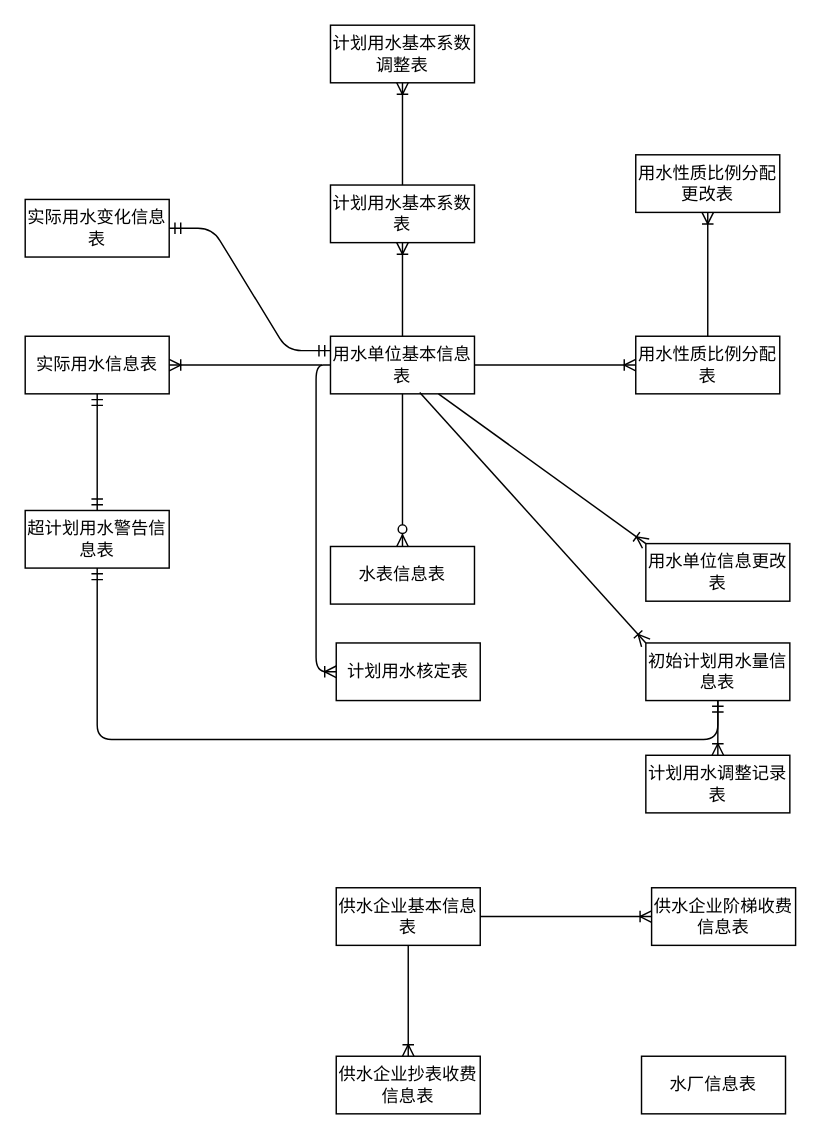
The draw.io diagram file/jser.drawio in DORcode/admin-demo, before the edit. Source tidied: cells renumbered, new cells numbered last; positions are measured from the earlier drawing's top-left corner, leaving out a move shared by most shapes. Both pictures are drawn from the tidied source at 144%, with x=0, y=0 at pixel (24, 24).
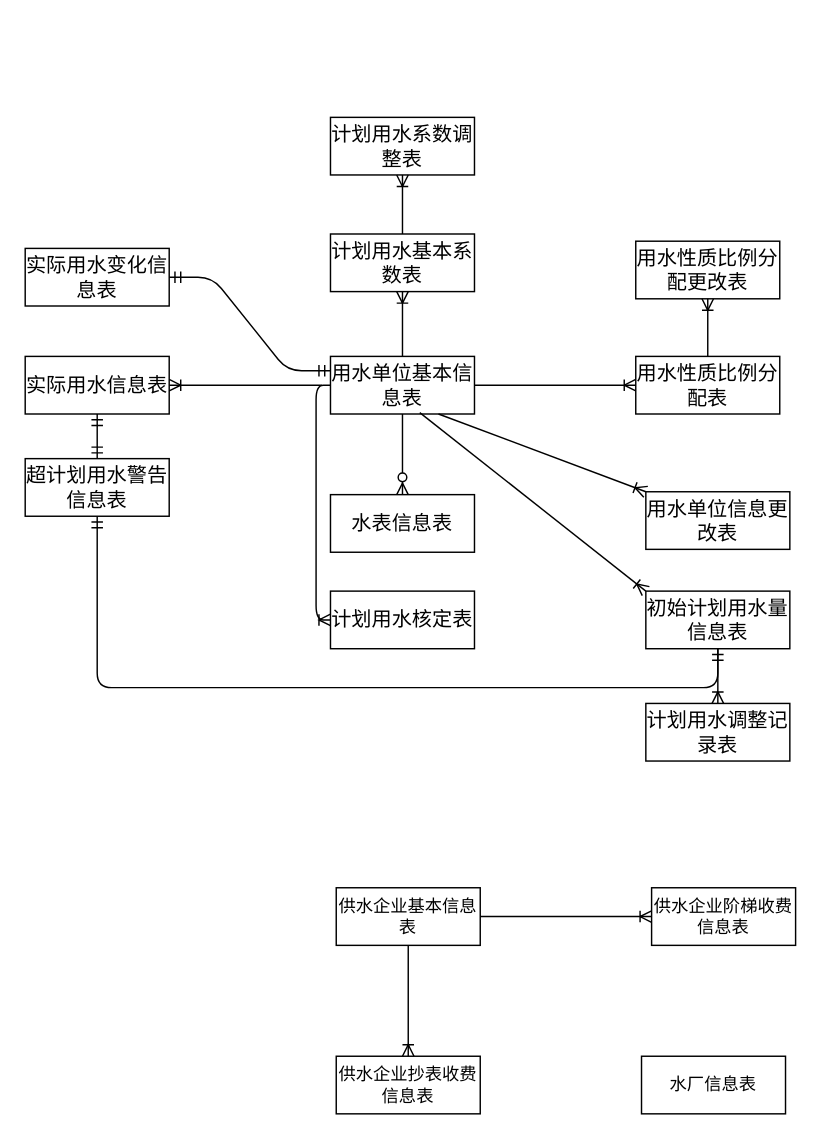
After the change.

The edit, as a diff of the source:
```diff
@@
-    <mxCell id="2" value="用水单位基本信息表" style="whiteSpace=wrap;html=1;align=center;fontFamily=仿宋;" parent="1" vertex="1">
-      <mxGeometry x="212" y="216" width="100" height="40" as="geometry" />
+    <mxCell id="2" value="用水单位基本信息表" style="whiteSpace=wrap;html=1;align=center;fontFamily=仿宋;fontSize=14;" parent="1" vertex="1">
+      <mxGeometry x="212" y="230" width="100" height="40" as="geometry" />
     </mxCell>
-    <mxCell id="3" value="用水性质比例分配表" style="whiteSpace=wrap;html=1;align=center;fontFamily=仿宋;" parent="1" vertex="1">
-      <mxGeometry x="424" y="216" width="100" height="40" as="geometry" />
+    <mxCell id="3" value="用水性质比例分配表" style="whiteSpace=wrap;html=1;align=center;fontFamily=仿宋;fontSize=14;" parent="1" vertex="1">
+      <mxGeometry x="424" y="230" width="100" height="40" as="geometry" />
     </mxCell>
-    <mxCell id="4" style="edgeStyle=entityRelationEdgeStyle;fontSize=12;html=1;endArrow=ERoneToMany;exitX=1;exitY=0.5;exitDx=0;exitDy=0;entryX=0;entryY=0.5;entryDx=0;entryDy=0;fontFamily=仿宋;" parent="1" edge="1" source="2" target="3">
+    <mxCell id="4" style="edgeStyle=entityRelationEdgeStyle;fontSize=14;html=1;endArrow=ERoneToMany;exitX=1;exitY=0.5;exitDx=0;exitDy=0;entryX=0;entryY=0.5;entryDx=0;entryDy=0;fontFamily=仿宋;" parent="1" edge="1" source="2" target="3">
       <mxGeometry relative="1" as="geometry" />
     </mxCell>
-    <mxCell id="5" value="水表信息表" style="whiteSpace=wrap;html=1;align=center;fontFamily=仿宋;" parent="1" vertex="1">
-      <mxGeometry x="212" y="362" width="100" height="40" as="geometry" />
+    <mxCell id="5" value="水表信息表" style="whiteSpace=wrap;html=1;align=center;fontFamily=仿宋;fontSize=14;" parent="1" vertex="1">
+      <mxGeometry x="212" y="326" width="100" height="40" as="geometry" />
     </mxCell>
-    <mxCell id="6" style="fontSize=12;html=1;endArrow=ERzeroToMany;endFill=1;exitX=0.5;exitY=1;exitDx=0;exitDy=0;entryX=0.5;entryY=0;entryDx=0;entryDy=0;fontFamily=仿宋;" parent="1" edge="1" source="2" target="5">
+    <mxCell id="6" style="fontSize=14;html=1;endArrow=ERzeroToMany;endFill=1;exitX=0.5;exitY=1;exitDx=0;exitDy=0;entryX=0.5;entryY=0;entryDx=0;entryDy=0;fontFamily=仿宋;" parent="1" edge="1" source="2" target="5">
       <mxGeometry relative="1" as="geometry" />
     </mxCell>
-    <mxCell id="7" value="用水单位信息更改表" style="whiteSpace=wrap;html=1;align=center;fontFamily=仿宋;" parent="1" vertex="1">
-      <mxGeometry x="431" y="360" width="100" height="40" as="geometry" />
+    <mxCell id="7" value="用水单位信息更改表" style="whiteSpace=wrap;html=1;align=center;fontFamily=仿宋;fontSize=14;" parent="1" vertex="1">
+      <mxGeometry x="431" y="324" width="100" height="40" as="geometry" />
     </mxCell>
-    <mxCell id="8" style="fontSize=12;html=1;endArrow=ERoneToMany;exitX=0.75;exitY=1;exitDx=0;exitDy=0;entryX=0;entryY=0;entryDx=0;entryDy=0;fontFamily=仿宋;" parent="1" edge="1" source="2" target="7">
+    <mxCell id="8" style="fontSize=14;html=1;endArrow=ERoneToMany;exitX=0.75;exitY=1;exitDx=0;exitDy=0;entryX=0;entryY=0;entryDx=0;entryDy=0;fontFamily=仿宋;" parent="1" edge="1" source="2" target="7">
       <mxGeometry relative="1" as="geometry" />
     </mxCell>
-    <mxCell id="9" value="用水性质比例分配更改表" style="whiteSpace=wrap;html=1;align=center;fontFamily=仿宋;" parent="1" vertex="1">
-      <mxGeometry x="424" y="90" width="100" height="40" as="geometry" />
+    <mxCell id="9" value="用水性质比例分配更改表" style="whiteSpace=wrap;html=1;align=center;fontFamily=仿宋;fontSize=14;" parent="1" vertex="1">
+      <mxGeometry x="424" y="150" width="100" height="40" as="geometry" />
     </mxCell>
-    <mxCell id="10" style="fontSize=12;html=1;endArrow=ERoneToMany;exitX=0.5;exitY=0;exitDx=0;exitDy=0;entryX=0.5;entryY=1;entryDx=0;entryDy=0;fontFamily=仿宋;" parent="1" edge="1" source="3" target="9">
+    <mxCell id="10" style="fontSize=14;html=1;endArrow=ERoneToMany;exitX=0.5;exitY=0;exitDx=0;exitDy=0;entryX=0.5;entryY=1;entryDx=0;entryDy=0;fontFamily=仿宋;" parent="1" edge="1" source="3" target="9">
       <mxGeometry relative="1" as="geometry" />
     </mxCell>
@@
-    <mxCell id="15" value="计划用水核定表" style="whiteSpace=wrap;html=1;align=center;fontFamily=仿宋;" parent="1" vertex="1">
-      <mxGeometry x="216" y="429" width="100" height="40" as="geometry" />
+    <mxCell id="15" value="计划用水核定表" style="whiteSpace=wrap;html=1;align=center;fontFamily=仿宋;fontSize=14;" parent="1" vertex="1">
+      <mxGeometry x="212" y="393" width="100" height="40" as="geometry" />
     </mxCell>
-    <mxCell id="16" value="初始计划用水量信息表" style="whiteSpace=wrap;html=1;align=center;fontFamily=仿宋;" parent="1" vertex="1">
-      <mxGeometry x="431" y="429" width="100" height="40" as="geometry" />
+    <mxCell id="16" value="初始计划用水量信息表" style="whiteSpace=wrap;html=1;align=center;fontFamily=仿宋;fontSize=14;" parent="1" vertex="1">
+      <mxGeometry x="431" y="393" width="100" height="40" as="geometry" />
     </mxCell>
-    <mxCell id="17" value="计划用水调整记录表" style="whiteSpace=wrap;html=1;align=center;fontFamily=仿宋;" parent="1" vertex="1">
-      <mxGeometry x="431" y="507" width="100" height="40" as="geometry" />
+    <mxCell id="17" value="计划用水调整记录表" style="whiteSpace=wrap;html=1;align=center;fontFamily=仿宋;fontSize=14;" parent="1" vertex="1">
+      <mxGeometry x="431" y="471" width="100" height="40" as="geometry" />
     </mxCell>
-    <mxCell id="18" value="计划用水基本系数表" style="whiteSpace=wrap;html=1;align=center;fontFamily=仿宋;" parent="1" vertex="1">
-      <mxGeometry x="212" y="111" width="100" height="40" as="geometry" />
+    <mxCell id="18" value="计划用水基本系数表" style="whiteSpace=wrap;html=1;align=center;fontFamily=仿宋;fontSize=14;" parent="1" vertex="1">
+      <mxGeometry x="212" y="145" width="100" height="40" as="geometry" />
     </mxCell>
-    <mxCell id="19" value="计划用水基本系数调整表" style="whiteSpace=wrap;html=1;align=center;fontFamily=仿宋;" parent="1" vertex="1">
-      <mxGeometry x="212" width="100" height="40" as="geometry" />
+    <mxCell id="19" value="计划用水系数调整表" style="whiteSpace=wrap;html=1;align=center;fontFamily=仿宋;fontSize=14;" parent="1" vertex="1">
+      <mxGeometry x="212" y="64" width="100" height="40" as="geometry" />
     </mxCell>
-    <mxCell id="20" value="实际用水信息表" style="whiteSpace=wrap;html=1;align=center;fontFamily=仿宋;" parent="1" vertex="1">
-      <mxGeometry y="216" width="100" height="40" as="geometry" />
+    <mxCell id="20" value="实际用水信息表" style="whiteSpace=wrap;html=1;align=center;fontFamily=仿宋;fontSize=14;" parent="1" vertex="1">
+      <mxGeometry y="230" width="100" height="40" as="geometry" />
     </mxCell>
-    <mxCell id="21" value="实际用水变化信息表" style="whiteSpace=wrap;html=1;align=center;fontFamily=仿宋;" parent="1" vertex="1">
-      <mxGeometry y="121" width="100" height="40" as="geometry" />
+    <mxCell id="21" value="实际用水变化信息表" style="whiteSpace=wrap;html=1;align=center;fontFamily=仿宋;fontSize=14;" parent="1" vertex="1">
+      <mxGeometry y="155" width="100" height="40" as="geometry" />
     </mxCell>
-    <mxCell id="22" value="超计划用水警告信息表" style="whiteSpace=wrap;html=1;align=center;fontFamily=仿宋;" parent="1" vertex="1">
-      <mxGeometry y="337" width="100" height="40" as="geometry" />
+    <mxCell id="22" value="超计划用水警告信息表" style="whiteSpace=wrap;html=1;align=center;fontFamily=仿宋;fontSize=14;" parent="1" vertex="1">
+      <mxGeometry y="301" width="100" height="40" as="geometry" />
     </mxCell>
@@
-    <mxCell id="25" style="fontSize=12;html=1;endArrow=ERoneToMany;exitX=0;exitY=0.5;exitDx=0;exitDy=0;entryX=0;entryY=0.5;entryDx=0;entryDy=0;edgeStyle=orthogonalEdgeStyle;fontFamily=仿宋;" parent="1" edge="1" source="2" target="15">
+    <mxCell id="25" style="fontSize=14;html=1;endArrow=ERoneToMany;exitX=0;exitY=0.5;exitDx=0;exitDy=0;entryX=0;entryY=0.5;entryDx=0;entryDy=0;edgeStyle=orthogonalEdgeStyle;fontFamily=仿宋;" parent="1" edge="1" source="2" target="15">
       <mxGeometry relative="1" as="geometry" />
     </mxCell>
-    <mxCell id="26" style="fontSize=12;html=1;endArrow=ERoneToMany;exitX=0.62;exitY=0.975;exitDx=0;exitDy=0;exitPerimeter=0;elbow=vertical;entryX=0;entryY=0;entryDx=0;entryDy=0;fontFamily=仿宋;" parent="1" edge="1" source="2" target="16">
+    <mxCell id="26" style="fontSize=14;html=1;endArrow=ERoneToMany;exitX=0.62;exitY=0.975;exitDx=0;exitDy=0;exitPerimeter=0;elbow=vertical;entryX=0;entryY=0;entryDx=0;entryDy=0;fontFamily=仿宋;" parent="1" edge="1" source="2" target="16">
       <mxGeometry relative="1" as="geometry" />
     </mxCell>
-    <mxCell id="27" style="fontSize=12;html=1;endArrow=ERoneToMany;exitX=0.5;exitY=1;exitDx=0;exitDy=0;entryX=0.5;entryY=0;entryDx=0;entryDy=0;fontFamily=仿宋;" parent="1" edge="1" source="16" target="17">
+    <mxCell id="27" style="fontSize=14;html=1;endArrow=ERoneToMany;exitX=0.5;exitY=1;exitDx=0;exitDy=0;entryX=0.5;entryY=0;entryDx=0;entryDy=0;fontFamily=仿宋;" parent="1" edge="1" source="16" target="17">
       <mxGeometry relative="1" as="geometry" />
     </mxCell>
-    <mxCell id="28" style="fontSize=12;html=1;endArrow=ERoneToMany;exitX=0.5;exitY=0;exitDx=0;exitDy=0;entryX=0.5;entryY=1;entryDx=0;entryDy=0;fontFamily=仿宋;" parent="1" edge="1" source="2" target="18">
+    <mxCell id="28" style="fontSize=14;html=1;endArrow=ERoneToMany;exitX=0.5;exitY=0;exitDx=0;exitDy=0;entryX=0.5;entryY=1;entryDx=0;entryDy=0;fontFamily=仿宋;" parent="1" edge="1" source="2" target="18">
       <mxGeometry relative="1" as="geometry" />
     </mxCell>
-    <mxCell id="29" style="fontSize=12;html=1;endArrow=ERoneToMany;exitX=0.5;exitY=0;exitDx=0;exitDy=0;entryX=0.5;entryY=1;entryDx=0;entryDy=0;fontFamily=仿宋;" parent="1" edge="1" source="18" target="19">
+    <mxCell id="29" style="fontSize=14;html=1;endArrow=ERoneToMany;exitX=0.5;exitY=0;exitDx=0;exitDy=0;entryX=0.5;entryY=1;entryDx=0;entryDy=0;fontFamily=仿宋;" parent="1" edge="1" source="18" target="19">
       <mxGeometry relative="1" as="geometry" />
     </mxCell>
-    <mxCell id="30" style="fontSize=12;html=1;endArrow=ERoneToMany;entryX=1;entryY=0.5;entryDx=0;entryDy=0;fontFamily=仿宋;" parent="1" edge="1" target="20">
+    <mxCell id="30" style="fontSize=14;html=1;endArrow=ERoneToMany;entryX=1;entryY=0.5;entryDx=0;entryDy=0;fontFamily=仿宋;" parent="1" edge="1" target="20">
       <mxGeometry relative="1" as="geometry">
-        <mxPoint x="206" y="236" as="sourcePoint" />
+        <mxPoint x="206" y="250" as="sourcePoint" />
       </mxGeometry>
     </mxCell>
-    <mxCell id="31" style="edgeStyle=entityRelationEdgeStyle;fontSize=12;html=1;endArrow=ERmandOne;startArrow=ERmandOne;entryX=0;entryY=0.25;entryDx=0;entryDy=0;" parent="1" edge="1" source="21" target="2">
+    <mxCell id="31" style="edgeStyle=entityRelationEdgeStyle;fontSize=14;html=1;endArrow=ERmandOne;startArrow=ERmandOne;entryX=0;entryY=0.25;entryDx=0;entryDy=0;" parent="1" edge="1" source="21" target="2">
       <mxGeometry relative="1" as="geometry" />
     </mxCell>
-    <mxCell id="32" style="fontSize=12;html=1;endArrow=ERmandOne;startArrow=ERmandOne;entryX=0.5;entryY=1;entryDx=0;entryDy=0;exitX=0.5;exitY=0;exitDx=0;exitDy=0;" parent="1" edge="1" source="22" target="20">
+    <mxCell id="32" style="fontSize=14;html=1;endArrow=ERmandOne;startArrow=ERmandOne;entryX=0.5;entryY=1;entryDx=0;entryDy=0;exitX=0.5;exitY=0;exitDx=0;exitDy=0;" parent="1" edge="1" source="22" target="20">
       <mxGeometry relative="1" as="geometry" />
     </mxCell>
-    <mxCell id="33" style="edgeStyle=orthogonalEdgeStyle;fontSize=12;html=1;endArrow=ERmandOne;startArrow=ERmandOne;" parent="1" edge="1" source="22" target="16">
+    <mxCell id="33" style="edgeStyle=orthogonalEdgeStyle;fontSize=14;html=1;endArrow=ERmandOne;startArrow=ERmandOne;" parent="1" edge="1" source="22" target="16">
       <mxGeometry relative="1" as="geometry">
         <Array as="points">
-          <mxPoint x="50" y="496" />
-          <mxPoint x="481" y="496" />
+          <mxPoint x="50" y="460" />
+          <mxPoint x="481" y="460" />
         </Array>
       </mxGeometry>
     </mxCell>
```
